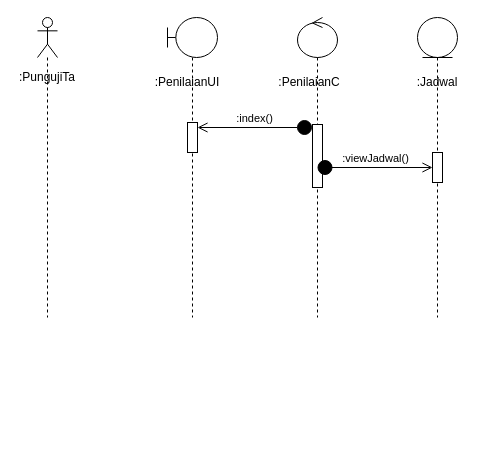
Earlier version of the draw.io diagram Pert 11/Seq-Prak-2.drawio (mahesri/uml_ads_sms3). Source tidied: cells renumbered, new cells numbered last; positions are measured from the earlier drawing's top-left corner, leaving out a move shared by most shapes. Both pictures are drawn from the tidied source at 100%, with x=0, y=0 at pixel (17, 17).
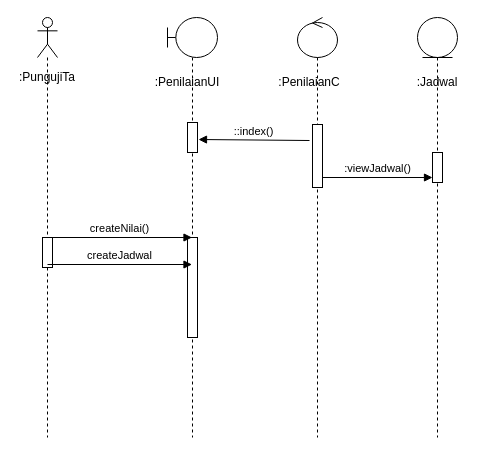
After the change.

The change refers to these unchanged cells:
```xml
<mxCell id="7" style="html=1;points=[[0,0,0,0,5],[0,1,0,0,-5],[1,0,0,0,5],[1,1,0,0,-5]];perimeter=orthogonalPerimeter;outlineConnect=0;targetShapes=umlLifeline;portConstraint=eastwest;newEdgeStyle={&quot;curved&quot;:0,&quot;rounded&quot;:0};" parent="6" vertex="1">
  <mxGeometry x="20" y="105" width="10" height="30" as="geometry" />
</mxCell>
<mxCell id="9" style="html=1;points=[[0,0,0,0,5],[0,1,0,0,-5],[1,0,0,0,5],[1,1,0,0,-5]];perimeter=orthogonalPerimeter;outlineConnect=0;targetShapes=umlLifeline;portConstraint=eastwest;newEdgeStyle={&quot;curved&quot;:0,&quot;rounded&quot;:0};" parent="8" vertex="1">
  <mxGeometry x="15" y="135" width="10" height="30" as="geometry" />
</mxCell>
<mxCell id="12" style="html=1;points=[[0,0,0,0,5],[0,1,0,0,-5],[1,0,0,0,5],[1,1,0,0,-5]];perimeter=orthogonalPerimeter;outlineConnect=0;targetShapes=umlLifeline;portConstraint=eastwest;newEdgeStyle={&quot;curved&quot;:0,&quot;rounded&quot;:0};" parent="11" vertex="1">
  <mxGeometry x="15" y="107" width="10" height="63" as="geometry" />
</mxCell>
```

Diff of the diagram source:
```diff
@@
     <mxCell id="2" style="shape=umlLifeline;perimeter=lifelinePerimeter;whiteSpace=wrap;html=1;newEdgeStyle={&quot;curved&quot;:0,&quot;rounded&quot;:0};participant=umlActor;" parent="1" vertex="1">
-      <mxGeometry x="20" width="20" height="300" as="geometry" />
+      <mxGeometry x="20" width="20" height="420" as="geometry" />
     </mxCell>
+    <mxCell id="15" style="html=1;perimeter=orthogonalPerimeter;targetShapes=umlLifeline;newEdgeStyle={&quot;curved&quot;:0,&quot;rounded&quot;:0};" parent="2" vertex="1">
+      <mxGeometry x="5" y="220" width="10" height="30" as="geometry" />
+    </mxCell>
@@
     <mxCell id="6" style="shape=umlLifeline;perimeter=lifelinePerimeter;whiteSpace=wrap;html=1;newEdgeStyle={&quot;curved&quot;:0,&quot;rounded&quot;:0};participant=umlBoundary;" parent="1" vertex="1">
-      <mxGeometry x="150" width="50" height="300" as="geometry" />
+      <mxGeometry x="150" width="50" height="420" as="geometry" />
     </mxCell>
@@
+    <mxCell id="16" style="html=1;perimeter=orthogonalPerimeter;targetShapes=umlLifeline;newEdgeStyle={&quot;curved&quot;:0,&quot;rounded&quot;:0};" parent="6" vertex="1">
+      <mxGeometry x="20" y="220" width="10" height="100" as="geometry" />
+    </mxCell>
     <mxCell id="8" style="shape=umlLifeline;perimeter=lifelinePerimeter;whiteSpace=wrap;html=1;newEdgeStyle={&quot;curved&quot;:0,&quot;rounded&quot;:0};participant=umlEntity;" parent="1" vertex="1">
-      <mxGeometry x="400" width="40" height="300" as="geometry" />
+      <mxGeometry x="400" width="40" height="420" as="geometry" />
     </mxCell>
@@
     <mxCell id="11" style="shape=umlLifeline;perimeter=lifelinePerimeter;whiteSpace=wrap;html=1;outlineConnect=0;portConstraint=eastwest;newEdgeStyle={&quot;curved&quot;:0,&quot;rounded&quot;:0};participant=umlControl;" parent="1" vertex="1">
-      <mxGeometry x="280" width="40" height="300" as="geometry" />
+      <mxGeometry x="280" width="40" height="420" as="geometry" />
     </mxCell>
@@
-    <mxCell id="13" value=":index()" style="html=1;verticalAlign=bottom;startArrow=circle;startFill=1;endArrow=open;startSize=6;endSize=8;curved=0;rounded=0;" parent="1" edge="1" source="12">
-      <mxGeometry relative="1" as="geometry">
-        <mxPoint x="180" y="110" as="targetPoint" />
-      </mxGeometry>
-    </mxCell>
+    <mxCell id="17" value="::index()" style="html=1;verticalAlign=bottom;endArrow=block;curved=0;rounded=0;exitX=-0.3;exitY=0.254;exitDx=0;exitDy=0;exitPerimeter=0;entryX=1.1;entryY=0.567;entryDx=0;entryDy=0;entryPerimeter=0;" parent="1" edge="1" source="12" target="7">
+      <mxGeometry relative="1" as="geometry" />
+    </mxCell>
-    <mxCell id="14" value=":viewJadwal()" style="html=1;verticalAlign=bottom;startArrow=circle;startFill=1;endArrow=open;startSize=6;endSize=8;curved=0;rounded=0;" parent="1" edge="1" source="11" target="9">
+    <mxCell id="14" value=":viewJadwal()" style="html=1;verticalAlign=bottom;endArrow=block;curved=0;rounded=0;entryX=0;entryY=1;entryDx=0;entryDy=-5;entryPerimeter=0;" parent="1" edge="1" source="12" target="9">
       <mxGeometry relative="1" as="geometry" />
     </mxCell>
+    <mxCell id="18" value="createJadwal" style="html=1;verticalAlign=bottom;endArrow=block;curved=0;rounded=0;" parent="1" edge="1">
+      <mxGeometry relative="1" as="geometry">
+        <mxPoint x="30" y="247" as="sourcePoint" />
+        <mxPoint x="174.5" y="247" as="targetPoint" />
+      </mxGeometry>
+    </mxCell>
+    <mxCell id="19" value="createNilai()" style="html=1;verticalAlign=bottom;endArrow=block;curved=0;rounded=0;" parent="1" edge="1">
+      <mxGeometry relative="1" as="geometry">
+        <mxPoint x="30" y="220" as="sourcePoint" />
+        <mxPoint x="174.5" y="220" as="targetPoint" />
+      </mxGeometry>
+    </mxCell>
```
